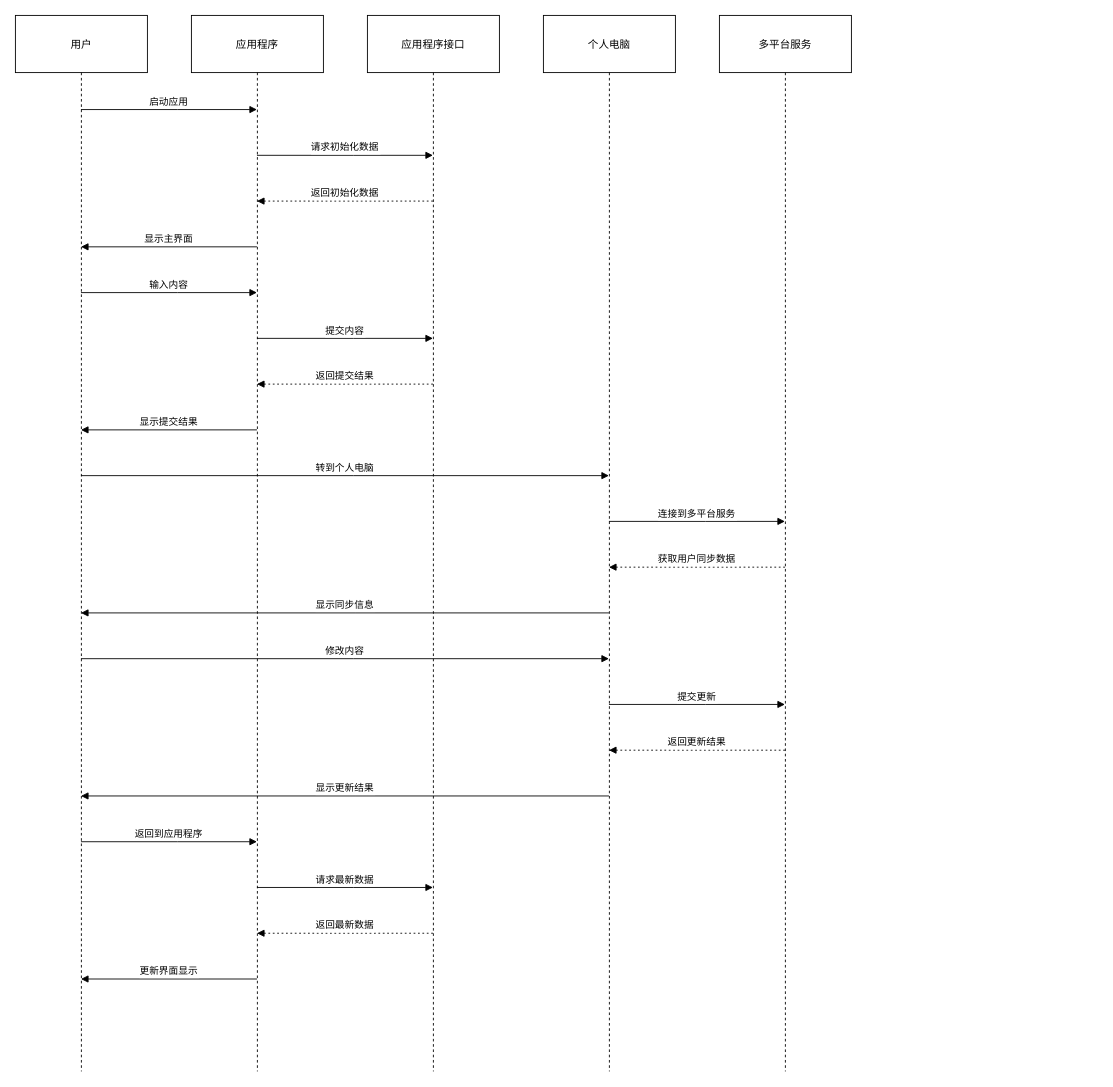
Above: 迈货发布.drawio in qi-hao-jishi/draw2 (draw.io), before the change. Source tidied: cells renumbered, new cells numbered last; positions are measured from the earlier drawing's top-left corner, leaving out a move shared by most shapes. Both pictures are drawn from the tidied source at 88%, with x=0, y=0 at pixel (15, 15).
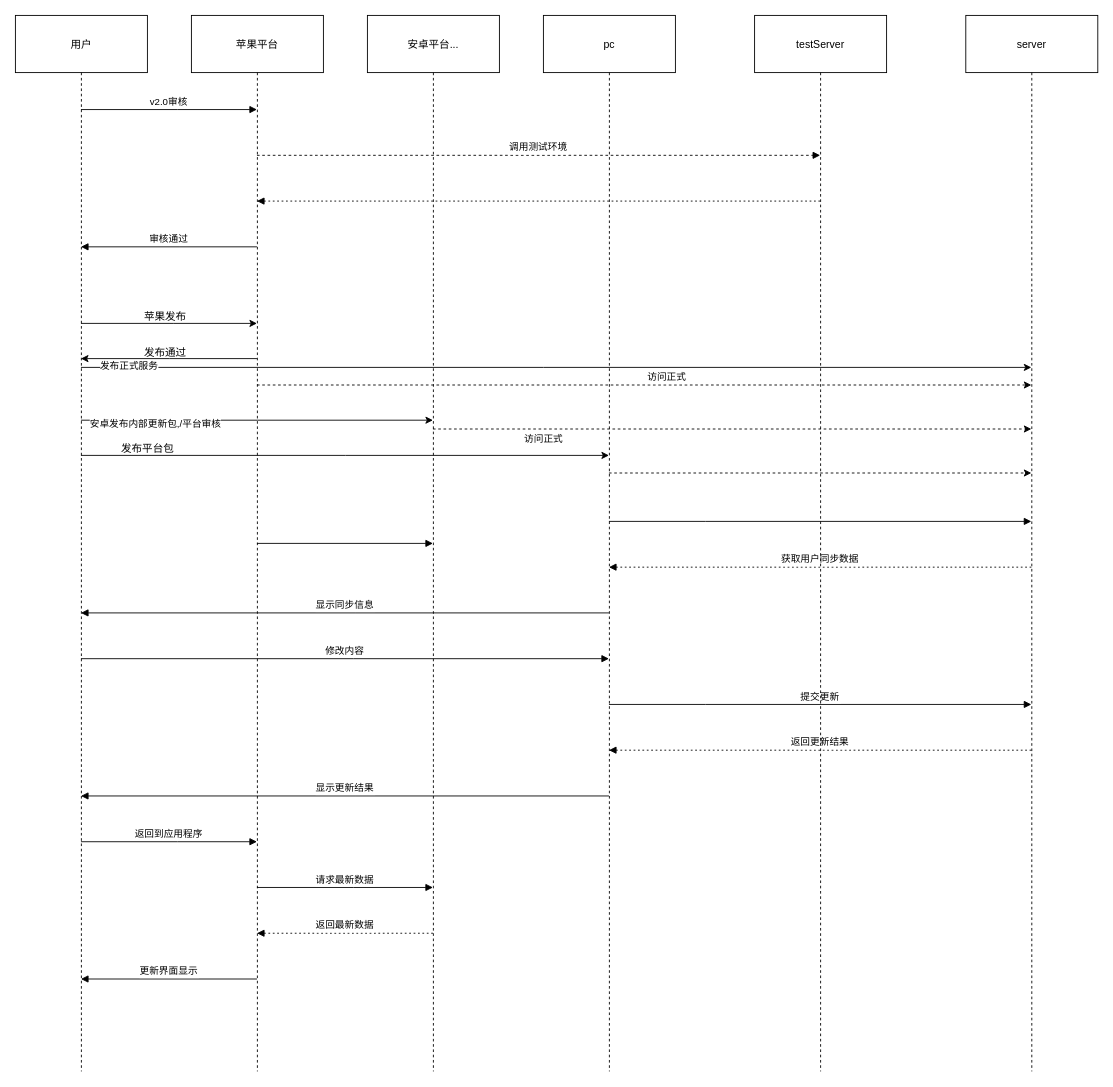
The same diagram, later.

Commit message:
更新迈货发布.drawio

The change refers to these unchanged cells:
```xml
<mxCell id="2" value="用户" style="shape=umlLifeline;perimeter=lifelinePerimeter;whiteSpace=wrap;outlineConnect=0;portConstraint=eastwest;newEdgeStyle={&quot;edgeStyle&quot;:&quot;elbowEdgeStyle&quot;,&quot;elbow&quot;:&quot;vertical&quot;,&quot;curved&quot;:0,&quot;rounded&quot;:0};size=65;" parent="1" vertex="1">
  <mxGeometry width="150" height="1200" as="geometry" />
</mxCell>
```

Diff of the diagram source:
```diff
@@
+    <mxCell id="11" style="edgeStyle=elbowEdgeStyle;rounded=0;jettySize=auto;html=1;elbow=horizontal;curved=0;" parent="1" edge="1" source="2" target="3">
+      <mxGeometry relative="1" as="geometry">
+        <Array as="points">
+          <mxPoint x="180" y="350" />
+        </Array>
+      </mxGeometry>
+    </mxCell>
+    <mxCell id="27" style="edgeStyle=elbowEdgeStyle;rounded=0;jettySize=auto;html=1;elbow=vertical;curved=0;" parent="1" edge="1" source="2" target="4">
+      <mxGeometry relative="1" as="geometry">
+        <Array as="points">
+          <mxPoint x="275" y="460" />
+        </Array>
+      </mxGeometry>
+    </mxCell>
+    <mxCell id="28" value="安卓发布内部更新包,/平台审核" style="edgeLabel;html=1;align=center;verticalAlign=middle;" parent="27" vertex="1">
+      <mxGeometry x="-0.58" y="-3" relative="1" as="geometry" />
+    </mxCell>
+    <mxCell id="15" style="edgeStyle=elbowEdgeStyle;rounded=0;jettySize=auto;html=1;elbow=vertical;curved=0;" parent="1" edge="1" source="2" target="5">
+      <mxGeometry relative="1" as="geometry">
+        <Array as="points">
+          <mxPoint x="375" y="500" />
+        </Array>
+      </mxGeometry>
+    </mxCell>
+    <mxCell id="29" style="edgeStyle=elbowEdgeStyle;rounded=0;jettySize=auto;html=1;elbow=vertical;curved=0;" parent="1" edge="1" source="2" target="6">
+      <mxGeometry relative="1" as="geometry">
+        <Array as="points">
+          <mxPoint x="600" y="400" />
+        </Array>
+      </mxGeometry>
+    </mxCell>
+    <mxCell id="30" value="发布正式服务" style="edgeLabel;html=1;align=center;verticalAlign=middle;" parent="29" vertex="1">
+      <mxGeometry x="-0.9" y="3" relative="1" as="geometry" />
+    </mxCell>
@@
+    <mxCell id="31" style="edgeStyle=elbowEdgeStyle;rounded=0;jettySize=auto;html=1;elbow=vertical;curved=0;" parent="1" edge="1" source="3">
+      <mxGeometry relative="1" as="geometry">
+        <mxPoint x="74.5" y="390" as="targetPoint" />
+        <Array as="points">
+          <mxPoint x="175" y="390" />
+        </Array>
+      </mxGeometry>
+    </mxCell>
+    <mxCell id="32" style="edgeStyle=elbowEdgeStyle;rounded=0;jettySize=auto;html=1;elbow=vertical;curved=0;dashed=1;" parent="1" edge="1" source="3" target="6">
+      <mxGeometry relative="1" as="geometry">
+        <Array as="points">
+          <mxPoint x="710" y="420" />
+        </Array>
+      </mxGeometry>
+    </mxCell>
-    <mxCell id="3" value="应用程序" style="shape=umlLifeline;perimeter=lifelinePerimeter;whiteSpace=wrap;outlineConnect=0;portConstraint=eastwest;newEdgeStyle={&quot;edgeStyle&quot;:&quot;elbowEdgeStyle&quot;,&quot;elbow&quot;:&quot;vertical&quot;,&quot;curved&quot;:0,&quot;rounded&quot;:0};size=65;" parent="1" vertex="1">
+    <mxCell id="3" value="苹果平台" style="shape=umlLifeline;perimeter=lifelinePerimeter;whiteSpace=wrap;outlineConnect=0;portConstraint=eastwest;newEdgeStyle={&quot;edgeStyle&quot;:&quot;elbowEdgeStyle&quot;,&quot;elbow&quot;:&quot;vertical&quot;,&quot;curved&quot;:0,&quot;rounded&quot;:0};size=65;" parent="1" vertex="1">
       <mxGeometry x="200" width="150" height="1200" as="geometry" />
     </mxCell>
+    <mxCell id="33" style="edgeStyle=elbowEdgeStyle;rounded=0;jettySize=auto;html=1;elbow=vertical;curved=0;dashed=1;" parent="1" edge="1" source="4" target="6">
+      <mxGeometry relative="1" as="geometry">
+        <Array as="points">
+          <mxPoint x="790" y="470" />
+        </Array>
+      </mxGeometry>
+    </mxCell>
-    <mxCell id="4" value="应用程序接口" style="shape=umlLifeline;perimeter=lifelinePerimeter;whiteSpace=wrap;outlineConnect=0;portConstraint=eastwest;newEdgeStyle={&quot;edgeStyle&quot;:&quot;elbowEdgeStyle&quot;,&quot;elbow&quot;:&quot;vertical&quot;,&quot;curved&quot;:0,&quot;rounded&quot;:0};size=65;" parent="1" vertex="1">
+    <mxCell id="4" value="安卓平台..." style="shape=umlLifeline;perimeter=lifelinePerimeter;whiteSpace=wrap;outlineConnect=0;portConstraint=eastwest;newEdgeStyle={&quot;edgeStyle&quot;:&quot;elbowEdgeStyle&quot;,&quot;elbow&quot;:&quot;vertical&quot;,&quot;curved&quot;:0,&quot;rounded&quot;:0};size=65;" parent="1" vertex="1">
       <mxGeometry x="400" width="150" height="1200" as="geometry" />
     </mxCell>
+    <mxCell id="34" style="edgeStyle=elbowEdgeStyle;rounded=0;jettySize=auto;html=1;elbow=vertical;curved=0;dashed=1;" parent="1" edge="1" source="5" target="6">
+      <mxGeometry relative="1" as="geometry">
+        <Array as="points">
+          <mxPoint x="900" y="520" />
+        </Array>
+      </mxGeometry>
+    </mxCell>
-    <mxCell id="5" value="个人电脑" style="shape=umlLifeline;perimeter=lifelinePerimeter;whiteSpace=wrap;outlineConnect=0;portConstraint=eastwest;newEdgeStyle={&quot;edgeStyle&quot;:&quot;elbowEdgeStyle&quot;,&quot;elbow&quot;:&quot;vertical&quot;,&quot;curved&quot;:0,&quot;rounded&quot;:0};size=65;" parent="1" vertex="1">
+    <mxCell id="5" value="pc" style="shape=umlLifeline;perimeter=lifelinePerimeter;whiteSpace=wrap;outlineConnect=0;portConstraint=eastwest;newEdgeStyle={&quot;edgeStyle&quot;:&quot;elbowEdgeStyle&quot;,&quot;elbow&quot;:&quot;vertical&quot;,&quot;curved&quot;:0,&quot;rounded&quot;:0};size=65;" parent="1" vertex="1">
       <mxGeometry x="600" width="150" height="1200" as="geometry" />
     </mxCell>
-    <mxCell id="6" value="多平台服务" style="shape=umlLifeline;perimeter=lifelinePerimeter;whiteSpace=wrap;outlineConnect=0;portConstraint=eastwest;newEdgeStyle={&quot;edgeStyle&quot;:&quot;elbowEdgeStyle&quot;,&quot;elbow&quot;:&quot;vertical&quot;,&quot;curved&quot;:0,&quot;rounded&quot;:0};size=65;" parent="1" vertex="1">
-      <mxGeometry x="800" width="150" height="1200" as="geometry" />
+    <mxCell id="6" value="server" style="shape=umlLifeline;perimeter=lifelinePerimeter;whiteSpace=wrap;outlineConnect=0;portConstraint=eastwest;newEdgeStyle={&quot;edgeStyle&quot;:&quot;elbowEdgeStyle&quot;,&quot;elbow&quot;:&quot;vertical&quot;,&quot;curved&quot;:0,&quot;rounded&quot;:0};size=65;" parent="1" vertex="1">
+      <mxGeometry x="1080" width="150" height="1200" as="geometry" />
     </mxCell>
-    <mxCell id="7" value="启动应用" style="verticalAlign=bottom;edgeStyle=elbowEdgeStyle;elbow=vertical;curved=0;rounded=0;endArrow=block;" parent="1" edge="1" source="2" target="3">
+    <mxCell id="7" value="v2.0审核" style="verticalAlign=bottom;edgeStyle=elbowEdgeStyle;elbow=vertical;curved=0;rounded=0;endArrow=block;" parent="1" edge="1" source="2" target="3">
       <mxGeometry relative="1" as="geometry">
         <Array as="points">
           <mxPoint x="184" y="107" />
         </Array>
       </mxGeometry>
     </mxCell>
-    <mxCell id="8" value="请求初始化数据" style="verticalAlign=bottom;edgeStyle=elbowEdgeStyle;elbow=vertical;curved=0;rounded=0;endArrow=block;" parent="1" edge="1" source="3" target="4">
+    <mxCell id="8" value="调用测试环境" style="verticalAlign=bottom;edgeStyle=elbowEdgeStyle;elbow=vertical;curved=0;rounded=0;endArrow=block;dashed=1;" parent="1" edge="1" source="3" target="35">
       <mxGeometry relative="1" as="geometry">
         <Array as="points">
           <mxPoint x="384" y="159" />
         </Array>
       </mxGeometry>
     </mxCell>
-    <mxCell id="9" value="返回初始化数据" style="verticalAlign=bottom;edgeStyle=elbowEdgeStyle;elbow=vertical;curved=0;rounded=0;dashed=1;dashPattern=2 3;endArrow=block;" parent="1" edge="1" source="4" target="3">
+    <mxCell id="9" style="verticalAlign=bottom;edgeStyle=elbowEdgeStyle;elbow=vertical;curved=0;rounded=0;dashed=1;dashPattern=2 3;endArrow=block;" parent="1" edge="1" source="35" target="3">
       <mxGeometry relative="1" as="geometry">
         <Array as="points">
           <mxPoint x="387" y="211" />
         </Array>
       </mxGeometry>
     </mxCell>
-    <mxCell id="10" value="显示主界面" style="verticalAlign=bottom;edgeStyle=elbowEdgeStyle;elbow=vertical;curved=0;rounded=0;endArrow=block;" parent="1" edge="1" source="3" target="2">
+    <mxCell id="10" value="审核通过" style="verticalAlign=bottom;edgeStyle=elbowEdgeStyle;elbow=vertical;curved=0;rounded=0;endArrow=block;" parent="1" edge="1" source="3" target="2">
       <mxGeometry relative="1" as="geometry">
         <Array as="points">
           <mxPoint x="187" y="263" />
         </Array>
       </mxGeometry>
     </mxCell>
-    <mxCell id="11" value="输入内容" style="verticalAlign=bottom;edgeStyle=elbowEdgeStyle;elbow=vertical;curved=0;rounded=0;endArrow=block;" parent="1" edge="1" source="2" target="3">
-      <mxGeometry relative="1" as="geometry">
-        <Array as="points">
-          <mxPoint x="184" y="315" />
-        </Array>
-      </mxGeometry>
-    </mxCell>
-    <mxCell id="12" value="提交内容" style="verticalAlign=bottom;edgeStyle=elbowEdgeStyle;elbow=vertical;curved=0;rounded=0;endArrow=block;" parent="1" edge="1" source="3" target="4">
-      <mxGeometry relative="1" as="geometry">
+    <mxCell id="12" value="访问正式" style="verticalAlign=bottom;edgeStyle=elbowEdgeStyle;elbow=vertical;curved=0;rounded=0;endArrow=block;" parent="1" edge="1" source="3" target="4">
+      <mxGeometry x="1" y="321" relative="1" as="geometry">
         <Array as="points">
+          <mxPoint x="230" y="360" />
           <mxPoint x="384" y="367" />
         </Array>
+        <mxPoint x="266" y="141" as="offset" />
       </mxGeometry>
     </mxCell>
-    <mxCell id="13" value="返回提交结果" style="verticalAlign=bottom;edgeStyle=elbowEdgeStyle;elbow=vertical;curved=0;rounded=0;dashed=1;dashPattern=2 3;endArrow=block;" parent="1" edge="1" source="4" target="3">
-      <mxGeometry relative="1" as="geometry">
-        <Array as="points">
-          <mxPoint x="387" y="419" />
-        </Array>
-      </mxGeometry>
-    </mxCell>
-    <mxCell id="14" value="显示提交结果" style="verticalAlign=bottom;edgeStyle=elbowEdgeStyle;elbow=vertical;curved=0;rounded=0;endArrow=block;" parent="1" edge="1" source="3" target="2">
-      <mxGeometry relative="1" as="geometry">
-        <Array as="points">
-          <mxPoint x="187" y="471" />
-        </Array>
-      </mxGeometry>
-    </mxCell>
-    <mxCell id="15" value="转到个人电脑" style="verticalAlign=bottom;edgeStyle=elbowEdgeStyle;elbow=vertical;curved=0;rounded=0;endArrow=block;" parent="1" edge="1" source="2" target="5">
-      <mxGeometry relative="1" as="geometry">
-        <Array as="points">
-          <mxPoint x="384" y="523" />
-        </Array>
-      </mxGeometry>
-    </mxCell>
-    <mxCell id="16" value="连接到多平台服务" style="verticalAlign=bottom;edgeStyle=elbowEdgeStyle;elbow=vertical;curved=0;rounded=0;endArrow=block;" parent="1" edge="1" source="5" target="6">
-      <mxGeometry relative="1" as="geometry">
+    <mxCell id="16" value="访问正式" style="verticalAlign=bottom;edgeStyle=elbowEdgeStyle;elbow=vertical;curved=0;rounded=0;endArrow=block;" parent="1" edge="1" source="5" target="6">
+      <mxGeometry x="-1" y="113" relative="1" as="geometry">
         <Array as="points">
           <mxPoint x="784" y="575" />
         </Array>
+        <mxPoint x="-74" y="28" as="offset" />
       </mxGeometry>
     </mxCell>
@@
+    <mxCell id="35" value="testServer" style="shape=umlLifeline;perimeter=lifelinePerimeter;whiteSpace=wrap;outlineConnect=0;portConstraint=eastwest;newEdgeStyle={&quot;edgeStyle&quot;:&quot;elbowEdgeStyle&quot;,&quot;elbow&quot;:&quot;vertical&quot;,&quot;curved&quot;:0,&quot;rounded&quot;:0};size=65;" parent="1" vertex="1">
+      <mxGeometry x="840" width="150" height="1200" as="geometry" />
+    </mxCell>
+    <mxCell id="36" value="苹果发布" style="text;html=1;align=center;verticalAlign=middle;strokeColor=none;fillColor=none;" parent="1" vertex="1">
+      <mxGeometry x="135" y="328" width="70" height="30" as="geometry" />
+    </mxCell>
+    <mxCell id="37" value="发布通过" style="text;html=1;align=center;verticalAlign=middle;strokeColor=none;fillColor=none;" parent="1" vertex="1">
+      <mxGeometry x="135" y="368" width="70" height="30" as="geometry" />
+    </mxCell>
+    <mxCell id="38" value="发布平台包" style="text;html=1;align=center;verticalAlign=middle;strokeColor=none;fillColor=none;" parent="1" vertex="1">
+      <mxGeometry x="110" y="478" width="80" height="30" as="geometry" />
+    </mxCell>
```
